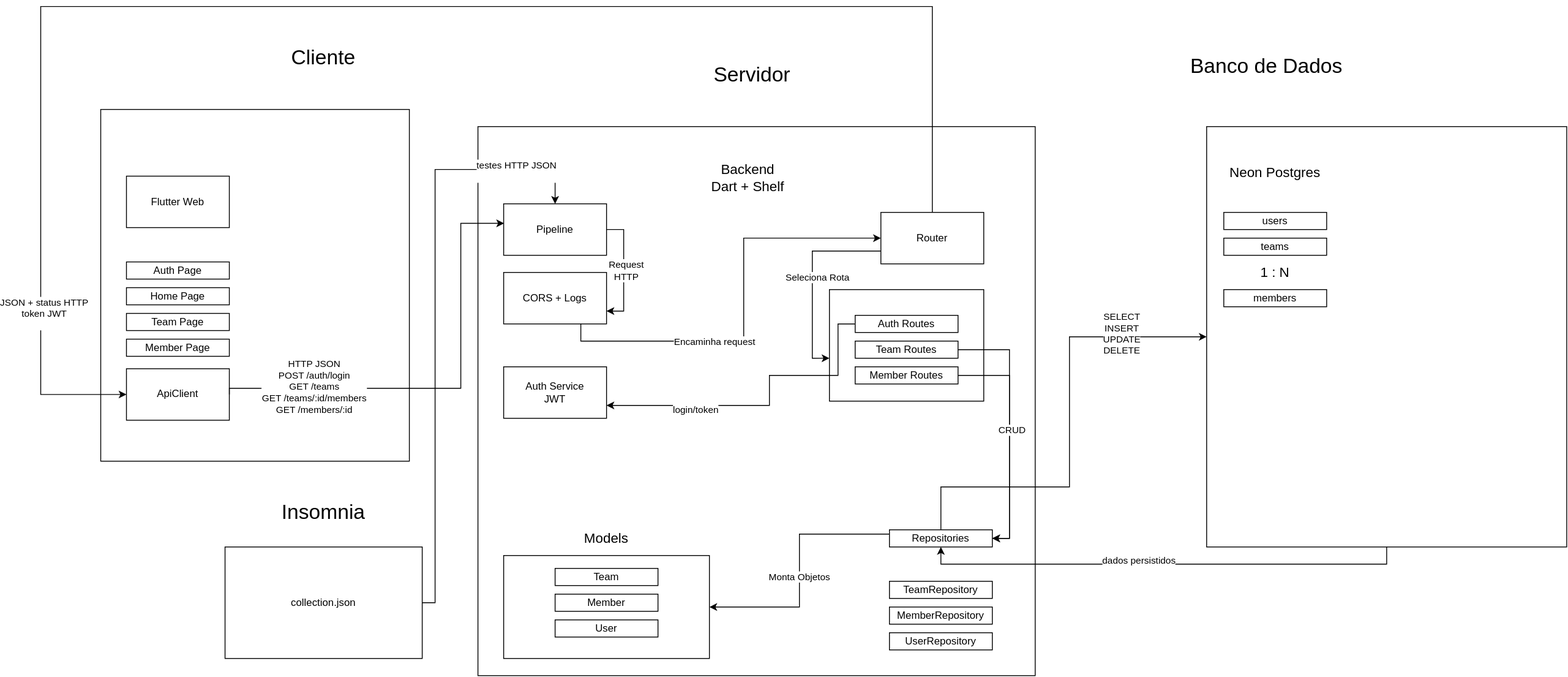
Earlier version of the draw.io export Flutter.svg (thomasnxs/players_info). Source tidied: cells renumbered, new cells last; positions are measured from the earlier drawing's top-left corner, leaving out a move shared by most shapes.
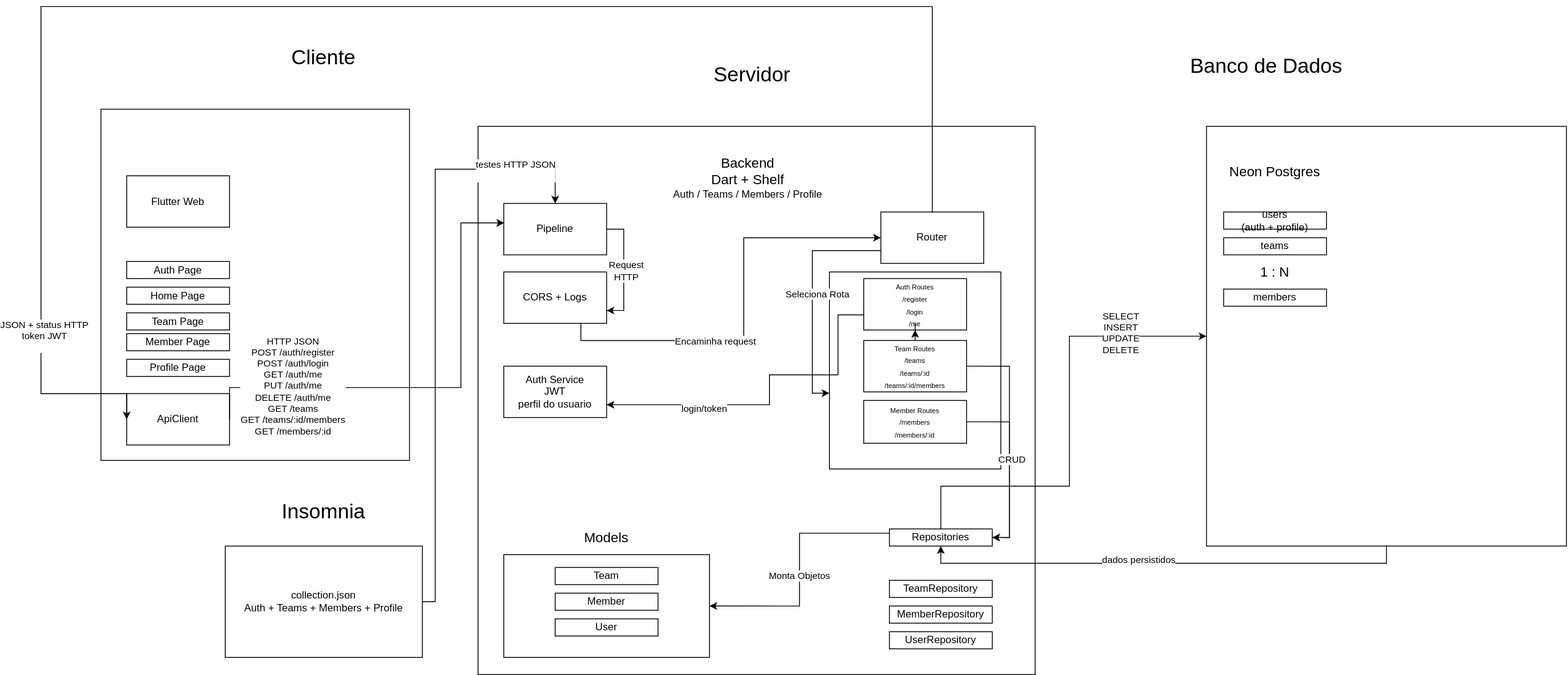
Later version of the same file.

Diff of the diagram source:
```diff
@@ -18,15 +18,18 @@
       <mxGeometry x="100" y="357.8" width="120" height="20" as="geometry" />
     </mxCell>
     <mxCell id="7" value="Member Page" style="rounded=0;whiteSpace=wrap;html=1;" parent="1" vertex="1">
-      <mxGeometry x="100" y="387.8" width="120" height="20" as="geometry" />
+      <mxGeometry x="100" y="382" width="120" height="20" as="geometry" />
     </mxCell>
+    <mxCell id="62" value="Profile Page" style="rounded=0;whiteSpace=wrap;html=1;" parent="1" vertex="1">
+      <mxGeometry x="100" y="412" width="120" height="20" as="geometry" />
+    </mxCell>
     <mxCell id="8" value="ApiClient" style="rounded=0;whiteSpace=wrap;html=1;" parent="1" vertex="1">
-      <mxGeometry x="100" y="422.2" width="120" height="60" as="geometry" />
+      <mxGeometry x="100" y="452" width="120" height="60" as="geometry" />
     </mxCell>
     <mxCell id="9" value="&lt;font style=&quot;font-size: 24px;&quot;&gt;Cliente&lt;/font&gt;" style="text;html=1;whiteSpace=wrap;strokeColor=none;fillColor=none;align=center;verticalAlign=middle;rounded=0;" parent="1" vertex="1">
       <mxGeometry x="240" width="180" height="120" as="geometry" />
     </mxCell>
-    <mxCell id="10" value="collection.json" style="rounded=0;whiteSpace=wrap;html=1;" parent="1" vertex="1">
+    <mxCell id="10" value="collection.json&lt;div&gt;Auth + Teams + Members + Profile&lt;/div&gt;" style="rounded=0;whiteSpace=wrap;html=1;" parent="1" vertex="1">
       <mxGeometry x="215" y="630" width="230" height="130" as="geometry" />
     </mxCell>
     <mxCell id="11" value="&lt;font style=&quot;font-size: 24px;&quot;&gt;Insomnia&lt;/font&gt;" style="text;html=1;whiteSpace=wrap;strokeColor=none;fillColor=none;align=center;verticalAlign=middle;rounded=0;" parent="1" vertex="1">
@@ -35,7 +38,7 @@
     <mxCell id="12" style="rounded=0;whiteSpace=wrap;html=1;" parent="1" vertex="1">
       <mxGeometry x="510" y="140" width="650" height="640" as="geometry" />
     </mxCell>
-    <mxCell id="13" value="&lt;font style=&quot;font-size: 16px;&quot;&gt;Backend&lt;/font&gt;&lt;div&gt;&lt;font style=&quot;font-size: 16px;&quot;&gt;Dart + Shelf&lt;/font&gt;&lt;/div&gt;" style="text;html=1;whiteSpace=wrap;strokeColor=none;fillColor=none;align=center;verticalAlign=middle;rounded=0;" parent="1" vertex="1">
+    <mxCell id="13" value="&lt;font style=&quot;font-size: 16px;&quot;&gt;Backend&lt;/font&gt;&lt;div&gt;&lt;font style=&quot;font-size: 16px;&quot;&gt;Dart + Shelf&lt;/font&gt;&lt;/div&gt;&lt;div&gt;&lt;font style=&quot;font-size: 12px;&quot;&gt;Auth / Teams / Members / Profile&lt;/font&gt;&lt;/div&gt;" style="text;html=1;whiteSpace=wrap;strokeColor=none;fillColor=none;align=center;verticalAlign=middle;rounded=0;" parent="1" vertex="1">
       <mxGeometry x="735" y="140" width="180" height="120" as="geometry" />
     </mxCell>
     <mxCell id="14" value="&lt;font style=&quot;font-size: 24px;&quot;&gt;Servidor&lt;/font&gt;" style="text;html=1;whiteSpace=wrap;strokeColor=none;fillColor=none;align=center;verticalAlign=middle;rounded=0;" parent="1" vertex="1">
@@ -76,7 +79,7 @@
     <mxCell id="23" value="Router" style="rounded=0;whiteSpace=wrap;html=1;" parent="1" vertex="1">
       <mxGeometry x="980" y="240" width="120" height="60" as="geometry" />
     </mxCell>
-    <mxCell id="24" value="Auth Service&lt;div&gt;JWT&lt;/div&gt;" style="rounded=0;whiteSpace=wrap;html=1;" parent="1" vertex="1">
+    <mxCell id="24" value="Auth Service&lt;div&gt;JWT&lt;/div&gt;&lt;div&gt;perfil do usuario&lt;/div&gt;" style="rounded=0;whiteSpace=wrap;html=1;" parent="1" vertex="1">
       <mxGeometry x="540" y="420" width="120" height="60" as="geometry" />
     </mxCell>
     <mxCell id="25" value="MemberRepository" style="rounded=0;whiteSpace=wrap;html=1;" parent="1" vertex="1">
@@ -139,7 +142,7 @@
     <mxCell id="42" value="&lt;div&gt;&lt;font style=&quot;font-size: 16px;&quot;&gt;Neon Postgres&lt;/font&gt;&lt;/div&gt;&lt;div&gt;&lt;br&gt;&lt;/div&gt;" style="text;html=1;whiteSpace=wrap;strokeColor=none;fillColor=none;align=center;verticalAlign=middle;rounded=0;" parent="1" vertex="1">
       <mxGeometry x="1350" y="140" width="180" height="120" as="geometry" />
     </mxCell>
-    <mxCell id="43" value="users" style="rounded=0;whiteSpace=wrap;html=1;" parent="1" vertex="1">
+    <mxCell id="43" value="users&lt;div&gt;(auth + profile)&lt;/div&gt;" style="rounded=0;whiteSpace=wrap;html=1;" parent="1" vertex="1">
       <mxGeometry x="1380" y="240" width="120" height="20" as="geometry" />
     </mxCell>
     <mxCell id="44" value="teams" style="rounded=0;whiteSpace=wrap;html=1;" parent="1" vertex="1">
@@ -152,12 +155,12 @@
       <mxGeometry x="1350" y="250" width="180" height="120" as="geometry" />
     </mxCell>
     <mxCell id="47" style="rounded=0;whiteSpace=wrap;html=1;" parent="1" vertex="1">
-      <mxGeometry x="920" y="330" width="180" height="130" as="geometry" />
+      <mxGeometry x="920" y="310" width="200" height="230" as="geometry" />
     </mxCell>
     <mxCell id="48" style="edgeStyle=orthogonalEdgeStyle;rounded=0;jettySize=auto;html=1;exitX=0;exitY=0.5;exitDx=0;exitDy=0;entryX=1;entryY=0.75;entryDx=0;entryDy=0;" parent="1" edge="1" source="50" target="24">
       <mxGeometry relative="1" as="geometry">
         <Array as="points">
-          <mxPoint x="930" y="370" />
+          <mxPoint x="930" y="360" />
           <mxPoint x="930" y="430" />
           <mxPoint x="850" y="430" />
           <mxPoint x="850" y="465" />
@@ -167,14 +170,17 @@
     <mxCell id="49" value="login/token" style="edgeLabel;html=1;align=center;verticalAlign=middle;" parent="48" vertex="1">
       <mxGeometry x="0.46" y="4" relative="1" as="geometry" />
     </mxCell>
-    <mxCell id="50" value="Auth Routes" style="rounded=0;whiteSpace=wrap;html=1;" parent="1" vertex="1">
-      <mxGeometry x="950" y="360" width="120" height="20" as="geometry" />
+    <mxCell id="50" value="&lt;font style=&quot;font-size: 8px;&quot;&gt;Auth Routes&lt;/font&gt;&lt;div&gt;&lt;font style=&quot;font-size: 8px;&quot;&gt;/register&lt;/font&gt;&lt;/div&gt;&lt;div&gt;&lt;font style=&quot;font-size: 8px;&quot;&gt;/login&lt;/font&gt;&lt;/div&gt;&lt;div&gt;&lt;font style=&quot;font-size: 8px;&quot;&gt;/me&lt;/font&gt;&lt;/div&gt;" style="rounded=0;whiteSpace=wrap;html=1;" parent="1" vertex="1">
+      <mxGeometry x="960" y="317.8" width="120" height="60" as="geometry" />
     </mxCell>
     <mxCell id="51" style="edgeStyle=orthogonalEdgeStyle;rounded=0;jettySize=auto;html=1;exitX=1;exitY=0.5;exitDx=0;exitDy=0;entryX=1;entryY=0.5;entryDx=0;entryDy=0;" parent="1" edge="1" source="52" target="31">
       <mxGeometry relative="1" as="geometry" />
     </mxCell>
+    <mxCell id="63" style="edgeStyle=orthogonalEdgeStyle;rounded=0;jettySize=auto;html=1;" parent="1" edge="1" source="52" target="50">
+      <mxGeometry relative="1" as="geometry" />
+    </mxCell>
-    <mxCell id="52" value="Team Routes" style="rounded=0;whiteSpace=wrap;html=1;" parent="1" vertex="1">
-      <mxGeometry x="950" y="390" width="120" height="20" as="geometry" />
+    <mxCell id="52" value="&lt;font style=&quot;font-size: 8px;&quot;&gt;Team Routes&lt;/font&gt;&lt;div&gt;&lt;font style=&quot;font-size: 8px;&quot;&gt;/teams&lt;/font&gt;&lt;/div&gt;&lt;div&gt;&lt;font style=&quot;font-size: 8px;&quot;&gt;/teams/:id&lt;/font&gt;&lt;/div&gt;&lt;div&gt;&lt;font style=&quot;font-size: 8px;&quot;&gt;/teams/:id/members&lt;/font&gt;&lt;/div&gt;" style="rounded=0;whiteSpace=wrap;html=1;" parent="1" vertex="1">
+      <mxGeometry x="960" y="390" width="120" height="60" as="geometry" />
     </mxCell>
     <mxCell id="53" style="edgeStyle=orthogonalEdgeStyle;rounded=0;jettySize=auto;html=1;exitX=1;exitY=0.5;exitDx=0;exitDy=0;entryX=1;entryY=0.5;entryDx=0;entryDy=0;" parent="1" edge="1" source="55" target="31">
       <mxGeometry relative="1" as="geometry" />
@@ -182,8 +188,8 @@
     <mxCell id="54" value="CRUD" style="edgeLabel;html=1;align=center;verticalAlign=middle;" parent="53" vertex="1">
       <mxGeometry x="-0.09" y="2" relative="1" as="geometry" />
     </mxCell>
-    <mxCell id="55" value="Member Routes" style="rounded=0;whiteSpace=wrap;html=1;" parent="1" vertex="1">
-      <mxGeometry x="950" y="420" width="120" height="20" as="geometry" />
+    <mxCell id="55" value="&lt;font style=&quot;font-size: 8px;&quot;&gt;Member Routes&lt;/font&gt;&lt;div&gt;&lt;font style=&quot;font-size: 8px;&quot;&gt;/members&lt;/font&gt;&lt;/div&gt;&lt;div&gt;&lt;font style=&quot;font-size: 8px;&quot;&gt;/members/:id&lt;/font&gt;&lt;/div&gt;" style="rounded=0;whiteSpace=wrap;html=1;" parent="1" vertex="1">
+      <mxGeometry x="960" y="460" width="120" height="50" as="geometry" />
     </mxCell>
     <mxCell id="56" style="edgeStyle=orthogonalEdgeStyle;rounded=0;jettySize=auto;html=1;exitX=0;exitY=0.75;exitDx=0;exitDy=0;entryX=0;entryY=0.615;entryDx=0;entryDy=0;entryPerimeter=0;" parent="1" edge="1" source="23" target="47">
       <mxGeometry relative="1" as="geometry" />
@@ -199,7 +205,7 @@
         </Array>
       </mxGeometry>
     </mxCell>
-    <mxCell id="59" value="&lt;div&gt;HTTP JSON&lt;/div&gt;&lt;div&gt;POST /auth/login&lt;/div&gt;&lt;div&gt;GET /teams&lt;/div&gt;&lt;div&gt;GET /teams/:id/members&lt;/div&gt;&lt;div&gt;GET /members/:id&lt;/div&gt;&lt;div&gt;&lt;br&gt;&lt;/div&gt;" style="edgeLabel;html=1;align=center;verticalAlign=middle;" parent="58" vertex="1">
+    <mxCell id="59" value="&lt;div&gt;HTTP JSON&lt;/div&gt;&lt;div&gt;POST /auth/register&lt;/div&gt;&lt;div&gt;POST /auth/login&lt;/div&gt;&lt;div&gt;GET /auth/me&lt;/div&gt;&lt;div&gt;PUT /auth/me&lt;/div&gt;&lt;div&gt;DELETE /auth/me&lt;/div&gt;&lt;div&gt;GET /teams&lt;/div&gt;&lt;div&gt;GET /teams/:id/members&lt;/div&gt;&lt;div&gt;GET /members/:id&lt;/div&gt;&lt;div&gt;&lt;br&gt;&lt;/div&gt;" style="edgeLabel;html=1;align=center;verticalAlign=middle;" parent="58" vertex="1">
       <mxGeometry x="-0.6" y="-4" relative="1" as="geometry" />
     </mxCell>
     <mxCell id="60" style="edgeStyle=orthogonalEdgeStyle;rounded=0;jettySize=auto;html=1;exitX=1;exitY=0.5;exitDx=0;exitDy=0;entryX=0.5;entryY=0;entryDx=0;entryDy=0;" parent="1" edge="1" source="10" target="17">
```
